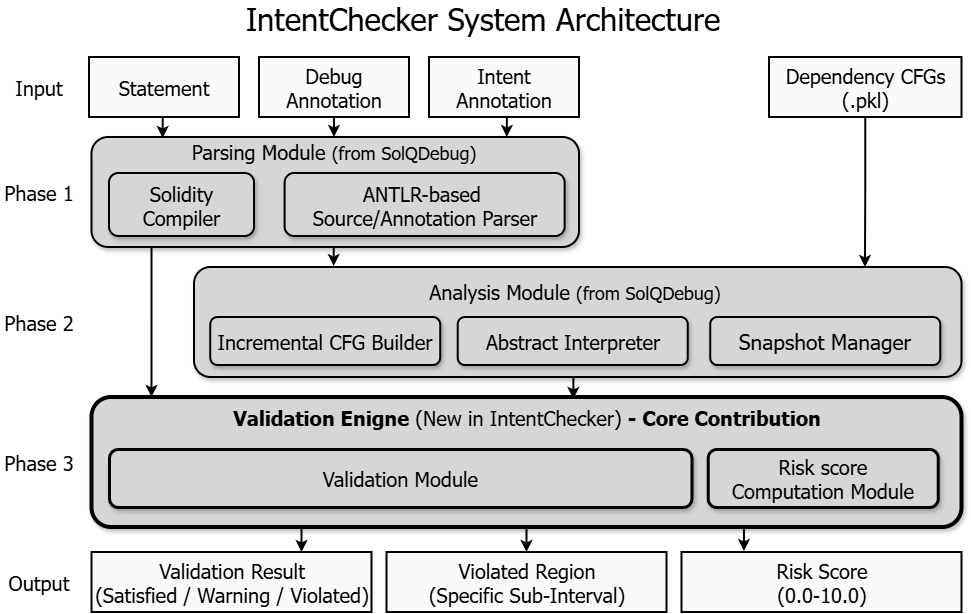
This is paper/figure/architecture_drawio.png from iwwyou/IntentChecker, a draw.io export, as it was before one commit. Source tidied: cells renumbered, new cells last; positions are measured from the earlier drawing's top-left corner, leaving out a move shared by most shapes.
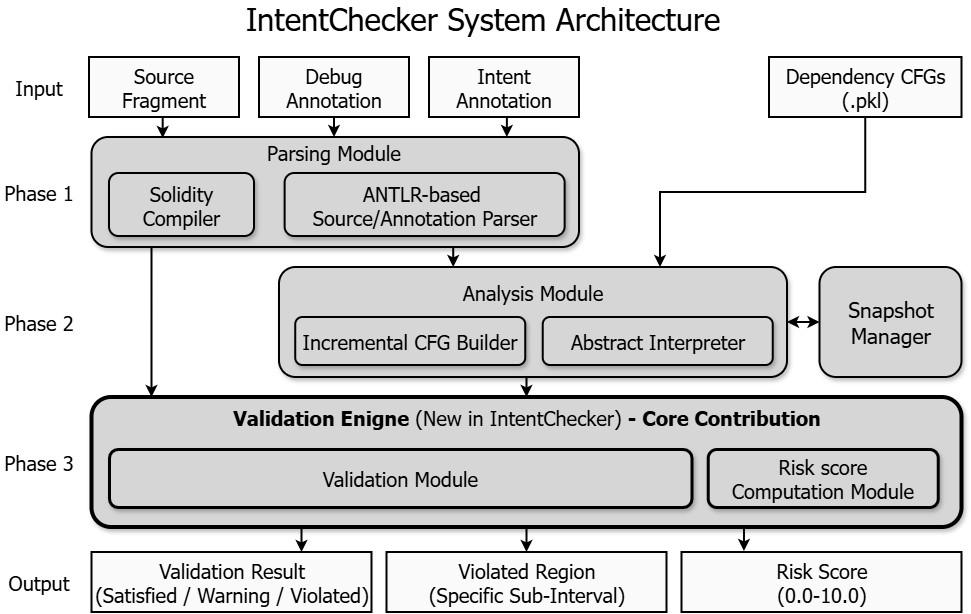
After the commit.

The edit, as a diff of the source:
```diff
@@ -5,7 +5,7 @@
     <mxCell id="2" style="group;" parent="1" vertex="1">
       <mxGeometry x="0.2" width="962.2" height="609" as="geometry" />
     </mxCell>
-    <mxCell id="3" value="Statement" style="rounded=0;whiteSpace=wrap;html=1;fontStyle=0;fontSize=20;fontFamily=Tahoma;fillColor=light-dark(#fafafa, #ededed);shadow=0;strokeColor=default;strokeWidth=2;" parent="2" vertex="1">
+    <mxCell id="3" value="Source Fragment" style="rounded=0;whiteSpace=wrap;html=1;fontStyle=0;fontSize=20;fontFamily=Tahoma;fillColor=light-dark(#fafafa, #ededed);shadow=0;strokeColor=default;strokeWidth=2;" parent="2" vertex="1">
       <mxGeometry x="89.8" y="54" width="150" height="60" as="geometry" />
     </mxCell>
     <mxCell id="4" value="IntentChecker System Architecture" style="text;html=1;align=center;verticalAlign=middle;whiteSpace=wrap;rounded=0;fontSize=31;fontStyle=0;fontFamily=Tahoma;" parent="2" vertex="1">
@@ -29,6 +29,9 @@
     <mxCell id="10" value="Output" style="text;html=1;align=center;verticalAlign=middle;whiteSpace=wrap;rounded=0;fontSize=20;fontStyle=0;fontFamily=Tahoma;" parent="2" vertex="1">
       <mxGeometry x="4.8" y="564" width="70" height="30" as="geometry" />
     </mxCell>
+    <mxCell id="39" style="edgeStyle=orthogonalEdgeStyle;rounded=0;jettySize=auto;html=1;exitX=0.5;exitY=1;exitDx=0;exitDy=0;entryX=0.75;entryY=0;entryDx=0;entryDy=0;strokeWidth=2;" parent="2" edge="1" source="11" target="16">
+      <mxGeometry relative="1" as="geometry" />
+    </mxCell>
     <mxCell id="11" value="Dependency CFGs&lt;div&gt;(.pkl)&lt;/div&gt;" style="rounded=0;whiteSpace=wrap;html=1;fontStyle=0;fontSize=20;fontFamily=Tahoma;fillColor=light-dark(#fafafa, #ededed);strokeWidth=2;" parent="2" vertex="1">
       <mxGeometry x="769.8" y="54" width="192.5" height="60" as="geometry" />
     </mxCell>
@@ -41,20 +44,26 @@
     <mxCell id="14" value="Solidity Compiler" style="rounded=1;whiteSpace=wrap;html=1;fontFamily=Tahoma;fontSize=20;fillColor=light-dark(#d6d6d6, #ededed);strokeWidth=2;glass=0;shadow=1;" parent="2" vertex="1">
       <mxGeometry x="109.8" y="170" width="145" height="63" as="geometry" />
     </mxCell>
-    <mxCell id="15" value="Parsing Module &lt;font style=&quot;font-size: 18px;&quot;&gt;(from SolQDebug)&lt;/font&gt;" style="text;html=1;align=center;verticalAlign=middle;whiteSpace=wrap;rounded=0;fontFamily=Tahoma;fontSize=20;" parent="2" vertex="1">
+    <mxCell id="15" value="Parsing Module" style="text;html=1;align=center;verticalAlign=middle;whiteSpace=wrap;rounded=0;fontFamily=Tahoma;fontSize=20;" parent="2" vertex="1">
       <mxGeometry x="179.8" y="134" width="310" height="30" as="geometry" />
     </mxCell>
+    <mxCell id="32" style="edgeStyle=orthogonalEdgeStyle;rounded=0;jettySize=auto;html=1;exitX=0.5;exitY=1;exitDx=0;exitDy=0;entryX=0.5;entryY=0;entryDx=0;entryDy=0;strokeWidth=2;" parent="2" edge="1" source="16" target="26">
+      <mxGeometry relative="1" as="geometry" />
+    </mxCell>
     <mxCell id="16" style="rounded=1;whiteSpace=wrap;html=1;fontStyle=0;fontSize=17;fontFamily=Tahoma;fillColor=light-dark(#d6d6d6, #ededed);shadow=1;strokeColor=default;strokeWidth=2;" parent="2" vertex="1">
-      <mxGeometry x="194.8" y="264" width="767.5" height="110" as="geometry" />
+      <mxGeometry x="279.8" y="264" width="508" height="110" as="geometry" />
     </mxCell>
     <mxCell id="17" value="Incremental CFG Builder" style="rounded=1;whiteSpace=wrap;html=1;fontFamily=Tahoma;fontSize=20;shadow=1;fillColor=light-dark(#d6d6d6, #ededed);strokeWidth=2;" parent="2" vertex="1">
-      <mxGeometry x="211" y="314" width="230" height="48" as="geometry" />
+      <mxGeometry x="296" y="314" width="230" height="48" as="geometry" />
     </mxCell>
     <mxCell id="18" value="Abstract Interpreter" style="rounded=1;whiteSpace=wrap;html=1;fontFamily=Tahoma;fontSize=20;shadow=1;fillColor=light-dark(#d6d6d6, #ededed);strokeWidth=2;" parent="2" vertex="1">
-      <mxGeometry x="458.5" y="314" width="230" height="48" as="geometry" />
+      <mxGeometry x="543.5" y="314" width="230" height="48" as="geometry" />
     </mxCell>
+    <mxCell id="40" style="edgeStyle=orthogonalEdgeStyle;rounded=0;jettySize=auto;html=1;exitX=0;exitY=0.5;exitDx=0;exitDy=0;startArrow=classic;startFill=1;strokeWidth=2;" parent="2" edge="1" source="19" target="16">
+      <mxGeometry relative="1" as="geometry" />
+    </mxCell>
     <mxCell id="19" value="Snapshot Manager" style="rounded=1;whiteSpace=wrap;html=1;fontFamily=Tahoma;fontSize=21;shadow=1;fillColor=light-dark(#d6d6d6, #ededed);strokeWidth=2;" parent="2" vertex="1">
-      <mxGeometry x="711" y="314" width="230" height="48" as="geometry" />
+      <mxGeometry x="820.2" y="264" width="142" height="110" as="geometry" />
     </mxCell>
     <mxCell id="20" style="edgeStyle=orthogonalEdgeStyle;rounded=0;jettySize=auto;html=1;exitX=0.5;exitY=1;exitDx=0;exitDy=0;entryX=0.146;entryY=0.009;entryDx=0;entryDy=0;entryPerimeter=0;strokeWidth=2;" parent="2" edge="1" source="3" target="12">
       <mxGeometry relative="1" as="geometry" />
@@ -62,11 +71,6 @@
     <mxCell id="21" style="edgeStyle=orthogonalEdgeStyle;rounded=0;jettySize=auto;html=1;exitX=0.5;exitY=1;exitDx=0;exitDy=0;entryX=0.852;entryY=0;entryDx=0;entryDy=0;entryPerimeter=0;strokeWidth=2;" parent="2" edge="1" source="7" target="12">
       <mxGeometry relative="1" as="geometry" />
     </mxCell>
-    <mxCell id="22" style="edgeStyle=orthogonalEdgeStyle;rounded=0;jettySize=auto;html=1;exitX=0.5;exitY=1;exitDx=0;exitDy=0;strokeWidth=2;" parent="2" edge="1" source="11">
-      <mxGeometry relative="1" as="geometry">
-        <mxPoint x="865.8" y="264" as="targetPoint" />
-      </mxGeometry>
-    </mxCell>
     <mxCell id="23" style="edgeStyle=orthogonalEdgeStyle;rounded=0;jettySize=auto;html=1;exitX=0.25;exitY=1;exitDx=0;exitDy=0;entryX=0.75;entryY=0;entryDx=0;entryDy=0;strokeWidth=2;" parent="2" edge="1" source="25" target="33">
       <mxGeometry relative="1" as="geometry" />
     </mxCell>
@@ -79,8 +83,8 @@
     <mxCell id="26" value="Validation Enigne&lt;span style=&quot;font-weight: normal;&quot;&gt; (New in IntentChecker) &lt;/span&gt;- Core Contribution" style="text;html=1;align=center;verticalAlign=middle;whiteSpace=wrap;rounded=0;fontFamily=Tahoma;fontSize=20;fontStyle=1;" parent="2" vertex="1">
       <mxGeometry x="177.2" y="394" width="700" height="40" as="geometry" />
     </mxCell>
-    <mxCell id="27" value="Analysis Module &lt;font style=&quot;font-size: 18px;&quot;&gt;(from SolQDebug)&lt;/font&gt;" style="text;html=1;align=center;verticalAlign=middle;whiteSpace=wrap;rounded=0;fontFamily=Tahoma;fontSize=20;" parent="2" vertex="1">
-      <mxGeometry x="421" y="274" width="310" height="30" as="geometry" />
+    <mxCell id="27" value="Analysis Module" style="text;html=1;align=center;verticalAlign=middle;whiteSpace=wrap;rounded=0;fontFamily=Tahoma;fontSize=20;" parent="2" vertex="1">
+      <mxGeometry x="378.8" y="274" width="310" height="30" as="geometry" />
     </mxCell>
     <mxCell id="28" value="Validation Module" style="rounded=1;whiteSpace=wrap;html=1;fontFamily=Tahoma;fontSize=20;shadow=1;fillColor=light-dark(#d6d6d6, #ededed);strokeWidth=3;" parent="2" vertex="1">
       <mxGeometry x="109.8" y="446" width="582.5" height="58" as="geometry" />
@@ -94,12 +98,6 @@
         <mxPoint x="152.2" y="394" as="targetPoint" />
       </mxGeometry>
     </mxCell>
-    <mxCell id="31" style="edgeStyle=orthogonalEdgeStyle;rounded=0;jettySize=auto;html=1;exitX=0.5;exitY=1;exitDx=0;exitDy=0;entryX=0.182;entryY=-0.009;entryDx=0;entryDy=0;entryPerimeter=0;strokeWidth=2;" parent="2" edge="1" source="12" target="16">
-      <mxGeometry relative="1" as="geometry" />
-    </mxCell>
-    <mxCell id="32" style="edgeStyle=orthogonalEdgeStyle;rounded=0;jettySize=auto;html=1;exitX=0.5;exitY=1;exitDx=0;exitDy=0;entryX=0.567;entryY=0.05;entryDx=0;entryDy=0;entryPerimeter=0;strokeWidth=2;" parent="2" edge="1" source="16" target="26">
-      <mxGeometry relative="1" as="geometry" />
-    </mxCell>
     <mxCell id="33" value="Validation Result&lt;div&gt;(Satisfied / Warning / Violated)&lt;/div&gt;" style="rounded=0;whiteSpace=wrap;html=1;fontStyle=0;fontSize=20;fontFamily=Tahoma;fillColor=light-dark(#fafafa, #ededed);shadow=0;strokeColor=default;strokeWidth=2;" parent="2" vertex="1">
       <mxGeometry x="92.2" y="549" width="280" height="60" as="geometry" />
     </mxCell>
@@ -118,5 +116,8 @@
     <mxCell id="38" value="Phase 3" style="text;html=1;align=center;verticalAlign=middle;whiteSpace=wrap;rounded=0;fontSize=20;fontStyle=0;fontFamily=Tahoma;" parent="2" vertex="1">
       <mxGeometry y="444" width="79.5" height="30" as="geometry" />
     </mxCell>
+    <mxCell id="31" style="edgeStyle=orthogonalEdgeStyle;rounded=0;jettySize=auto;html=1;exitX=0.75;exitY=1;exitDx=0;exitDy=0;entryX=0.343;entryY=0;entryDx=0;entryDy=0;entryPerimeter=0;strokeWidth=2;" parent="2" edge="1" source="12" target="16">
+      <mxGeometry relative="1" as="geometry" />
+    </mxCell>
   </root>
 </mxGraphModel>
```
